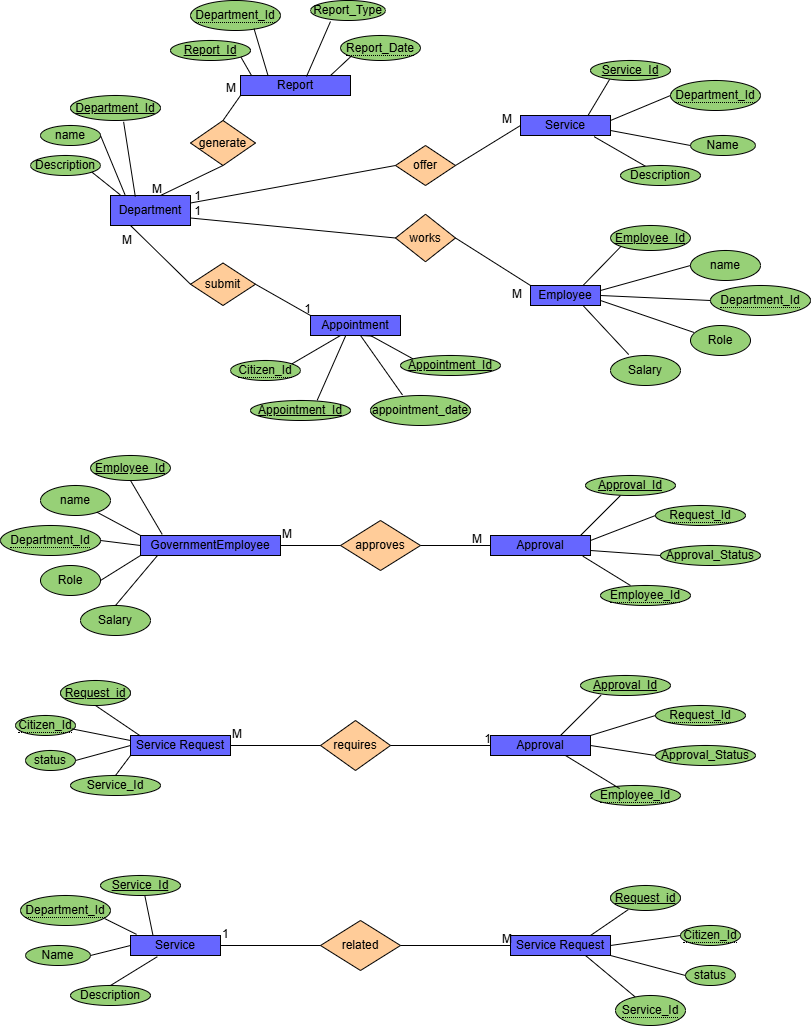
The draw.io diagram ERDiagram-Page-2.drawio.png in ThembarthiAkshaya/E-governance-System, before a commit. Source tidied: cells renumbered, new cells last; positions are measured from the earlier drawing's top-left corner, leaving out a move shared by most shapes.
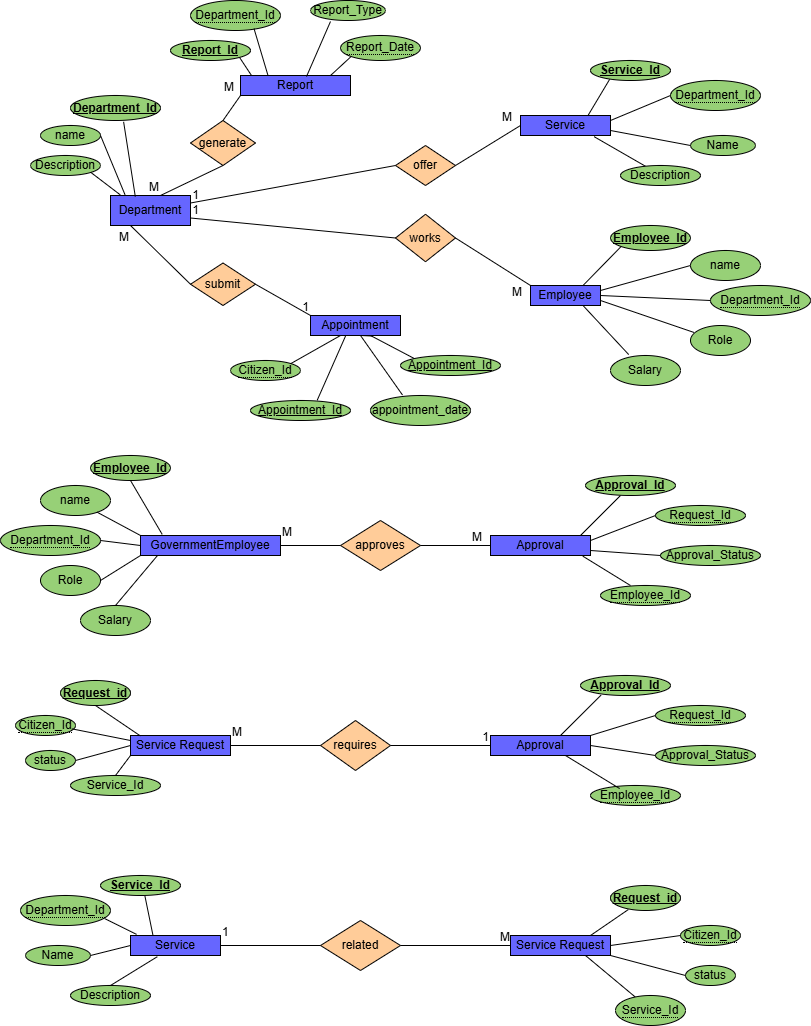
The same file after the commit.

What changed in the source:
```diff
@@ -8,7 +8,7 @@
     <mxCell id="3" value="Description" style="ellipse;whiteSpace=wrap;html=1;align=center;fillColor=#97D077;" parent="1" vertex="1">
       <mxGeometry x="30" y="155" width="70" height="20" as="geometry" />
     </mxCell>
-    <mxCell id="4" value="Department_Id" style="ellipse;whiteSpace=wrap;html=1;align=center;fontStyle=4;fillColor=#97D077;" parent="1" vertex="1">
+    <mxCell id="4" value="&lt;b&gt;Department_Id&lt;/b&gt;" style="ellipse;whiteSpace=wrap;html=1;align=center;fontStyle=4;fillColor=#97D077;" parent="1" vertex="1">
       <mxGeometry x="70" y="95" width="90" height="25" as="geometry" />
     </mxCell>
     <mxCell id="5" value="name" style="ellipse;whiteSpace=wrap;html=1;align=center;fillColor=#97D077;" parent="1" vertex="1">
@@ -17,7 +17,7 @@
     <mxCell id="6" value="Report" style="rounded=0;whiteSpace=wrap;html=1;fillColor=#6666FF;" parent="1" vertex="1">
       <mxGeometry x="240" y="75" width="110" height="20" as="geometry" />
     </mxCell>
-    <mxCell id="7" value="Report_Id" style="ellipse;whiteSpace=wrap;html=1;align=center;fontStyle=4;fillColor=#97D077;" parent="1" vertex="1">
+    <mxCell id="7" value="&lt;b&gt;Report_Id&lt;/b&gt;" style="ellipse;whiteSpace=wrap;html=1;align=center;fontStyle=4;fillColor=#97D077;" parent="1" vertex="1">
       <mxGeometry x="170" y="40" width="80" height="20" as="geometry" />
     </mxCell>
     <mxCell id="8" value="&lt;span style=&quot;border-bottom: 1px dotted&quot;&gt;Department_Id&lt;/span&gt;" style="ellipse;whiteSpace=wrap;html=1;align=center;fillColor=#97D077;" parent="1" vertex="1">
@@ -32,7 +32,7 @@
     <mxCell id="11" value="Service" style="rounded=0;whiteSpace=wrap;html=1;fillColor=#6666FF;" parent="1" vertex="1">
       <mxGeometry x="520" y="115" width="90" height="20" as="geometry" />
     </mxCell>
-    <mxCell id="12" value="Service_Id" style="ellipse;whiteSpace=wrap;html=1;align=center;fontStyle=4;fillColor=#97D077;" parent="1" vertex="1">
+    <mxCell id="12" value="&lt;b&gt;Service_Id&lt;/b&gt;" style="ellipse;whiteSpace=wrap;html=1;align=center;fontStyle=4;fillColor=#97D077;" parent="1" vertex="1">
       <mxGeometry x="590" y="60" width="80" height="20" as="geometry" />
     </mxCell>
     <mxCell id="13" value="&lt;span style=&quot;border-bottom: 1px dotted&quot;&gt;Department_Id&lt;/span&gt;" style="ellipse;whiteSpace=wrap;html=1;align=center;fillColor=#97D077;" parent="1" vertex="1">
@@ -47,7 +47,7 @@
     <mxCell id="16" value="Employee" style="rounded=0;whiteSpace=wrap;html=1;fillColor=#6666FF;" parent="1" vertex="1">
       <mxGeometry x="530" y="285" width="70" height="20" as="geometry" />
     </mxCell>
-    <mxCell id="17" value="Employee_Id" style="ellipse;whiteSpace=wrap;html=1;align=center;fontStyle=4;fillColor=#97D077;" parent="1" vertex="1">
+    <mxCell id="17" value="&lt;b&gt;Employee_Id&lt;/b&gt;" style="ellipse;whiteSpace=wrap;html=1;align=center;fontStyle=4;fillColor=#97D077;" parent="1" vertex="1">
       <mxGeometry x="610" y="225" width="80" height="25" as="geometry" />
     </mxCell>
     <mxCell id="18" value="&lt;span style=&quot;border-bottom: 1px dotted&quot;&gt;Department_Id&lt;/span&gt;" style="ellipse;whiteSpace=wrap;html=1;align=center;fillColor=#97D077;" parent="1" vertex="1">
@@ -164,7 +164,7 @@
     <mxCell id="51" value="GovernmentEmployee" style="rounded=0;whiteSpace=wrap;html=1;fillColor=#6666FF;" parent="1" vertex="1">
       <mxGeometry x="140" y="535" width="140" height="20" as="geometry" />
     </mxCell>
-    <mxCell id="52" value="Employee_Id" style="ellipse;whiteSpace=wrap;html=1;align=center;fontStyle=4;fillColor=#97D077;" parent="1" vertex="1">
+    <mxCell id="52" value="&lt;b&gt;Employee_Id&lt;/b&gt;" style="ellipse;whiteSpace=wrap;html=1;align=center;fontStyle=4;fillColor=#97D077;" parent="1" vertex="1">
       <mxGeometry x="90" y="455" width="80" height="25" as="geometry" />
     </mxCell>
     <mxCell id="53" value="name" style="ellipse;whiteSpace=wrap;html=1;align=center;fillColor=#97D077;" parent="1" vertex="1">
@@ -182,7 +182,7 @@
     <mxCell id="57" value="Approval" style="rounded=0;whiteSpace=wrap;html=1;fillColor=#6666FF;" parent="1" vertex="1">
       <mxGeometry x="490" y="535" width="100" height="20" as="geometry" />
     </mxCell>
-    <mxCell id="58" value="Approval_Id" style="ellipse;whiteSpace=wrap;html=1;align=center;fontStyle=4;fillColor=#97D077;" parent="1" vertex="1">
+    <mxCell id="58" value="&lt;b&gt;Approval_Id&lt;/b&gt;" style="ellipse;whiteSpace=wrap;html=1;align=center;fontStyle=4;fillColor=#97D077;" parent="1" vertex="1">
       <mxGeometry x="585" y="475" width="90" height="20" as="geometry" />
     </mxCell>
     <mxCell id="59" value="&lt;span style=&quot;border-bottom: 1px dotted&quot;&gt;Request_Id&lt;/span&gt;" style="ellipse;whiteSpace=wrap;html=1;align=center;fillColor=#97D077;" parent="1" vertex="1">
@@ -250,7 +250,7 @@
     <mxCell id="76" value="Service Request" style="rounded=0;whiteSpace=wrap;html=1;fillColor=#6666FF;" parent="1" vertex="1">
       <mxGeometry x="130" y="735" width="100" height="20" as="geometry" />
     </mxCell>
-    <mxCell id="77" value="Request_id" style="ellipse;whiteSpace=wrap;html=1;align=center;fontStyle=4;fillColor=#97D077;" parent="1" vertex="1">
+    <mxCell id="77" value="&lt;b&gt;Request_id&lt;/b&gt;" style="ellipse;whiteSpace=wrap;html=1;align=center;fontStyle=4;fillColor=#97D077;" parent="1" vertex="1">
       <mxGeometry x="60" y="680" width="70" height="25" as="geometry" />
     </mxCell>
     <mxCell id="78" value="&lt;span style=&quot;border-bottom: 1px dotted&quot;&gt;Citizen_Id&lt;/span&gt;" style="ellipse;whiteSpace=wrap;html=1;align=center;fillColor=#97D077;" parent="1" vertex="1">
@@ -277,7 +277,7 @@
     <mxCell id="85" value="Approval" style="rounded=0;whiteSpace=wrap;html=1;fillColor=#6666FF;" parent="1" vertex="1">
       <mxGeometry x="490" y="735" width="100" height="20" as="geometry" />
     </mxCell>
-    <mxCell id="86" value="Approval_Id" style="ellipse;whiteSpace=wrap;html=1;align=center;fontStyle=4;fillColor=#97D077;" parent="1" vertex="1">
+    <mxCell id="86" value="&lt;b&gt;Approval_Id&lt;/b&gt;" style="ellipse;whiteSpace=wrap;html=1;align=center;fontStyle=4;fillColor=#97D077;" parent="1" vertex="1">
       <mxGeometry x="580" y="675" width="90" height="20" as="geometry" />
     </mxCell>
     <mxCell id="87" value="&lt;span style=&quot;border-bottom: 1px dotted&quot;&gt;Request_Id&lt;/span&gt;" style="ellipse;whiteSpace=wrap;html=1;align=center;fillColor=#97D077;" parent="1" vertex="1">
@@ -325,7 +325,7 @@
     <mxCell id="99" value="Service" style="rounded=0;whiteSpace=wrap;html=1;fillColor=#6666FF;" parent="1" vertex="1">
       <mxGeometry x="130" y="935" width="90" height="20" as="geometry" />
     </mxCell>
-    <mxCell id="100" value="Service_Id" style="ellipse;whiteSpace=wrap;html=1;align=center;fontStyle=4;fillColor=#97D077;" parent="1" vertex="1">
+    <mxCell id="100" value="&lt;b&gt;Service_Id&lt;/b&gt;" style="ellipse;whiteSpace=wrap;html=1;align=center;fontStyle=4;fillColor=#97D077;" parent="1" vertex="1">
       <mxGeometry x="100" y="875" width="80" height="20" as="geometry" />
     </mxCell>
     <mxCell id="101" value="&lt;span style=&quot;border-bottom: 1px dotted&quot;&gt;Department_Id&lt;/span&gt;" style="ellipse;whiteSpace=wrap;html=1;align=center;fillColor=#97D077;" parent="1" vertex="1">
@@ -340,7 +340,7 @@
     <mxCell id="104" value="Service Request" style="rounded=0;whiteSpace=wrap;html=1;fillColor=#6666FF;" parent="1" vertex="1">
       <mxGeometry x="510" y="935" width="100" height="20" as="geometry" />
     </mxCell>
-    <mxCell id="105" value="Request_id" style="ellipse;whiteSpace=wrap;html=1;align=center;fontStyle=4;fillColor=#97D077;" parent="1" vertex="1">
+    <mxCell id="105" value="&lt;b&gt;Request_id&lt;/b&gt;" style="ellipse;whiteSpace=wrap;html=1;align=center;fontStyle=4;fillColor=#97D077;" parent="1" vertex="1">
       <mxGeometry x="610" y="885" width="70" height="25" as="geometry" />
     </mxCell>
     <mxCell id="106" value="&lt;span style=&quot;border-bottom: 1px dotted&quot;&gt;Citizen_Id&lt;/span&gt;" style="ellipse;whiteSpace=wrap;html=1;align=center;fillColor=#97D077;" parent="1" vertex="1">
```
